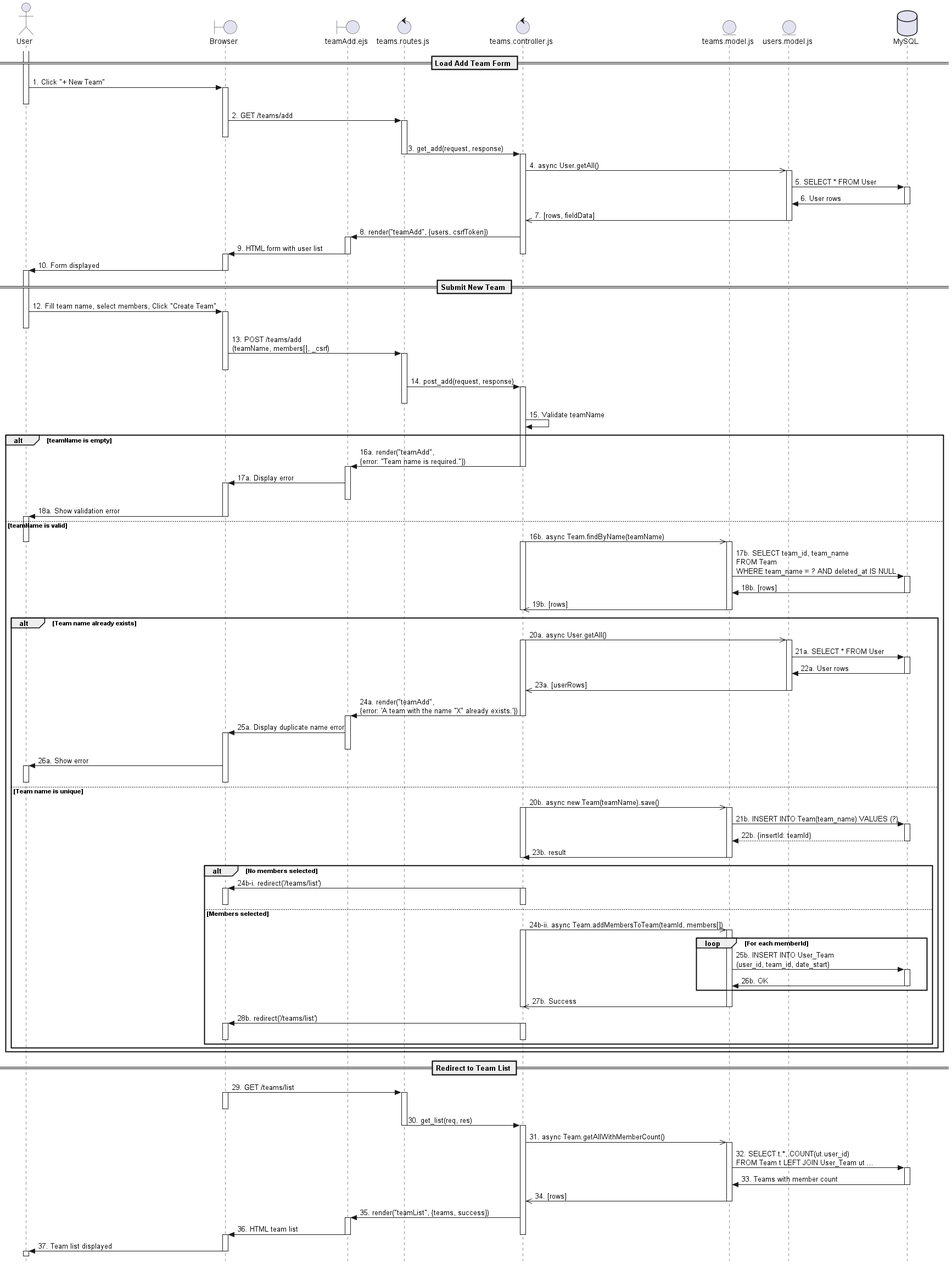
Above: out/sequenceDiagrams/FR09/AddTeamSequence.png in lucca-t/TC2005B_Proyecto (PlantUML), before the change.
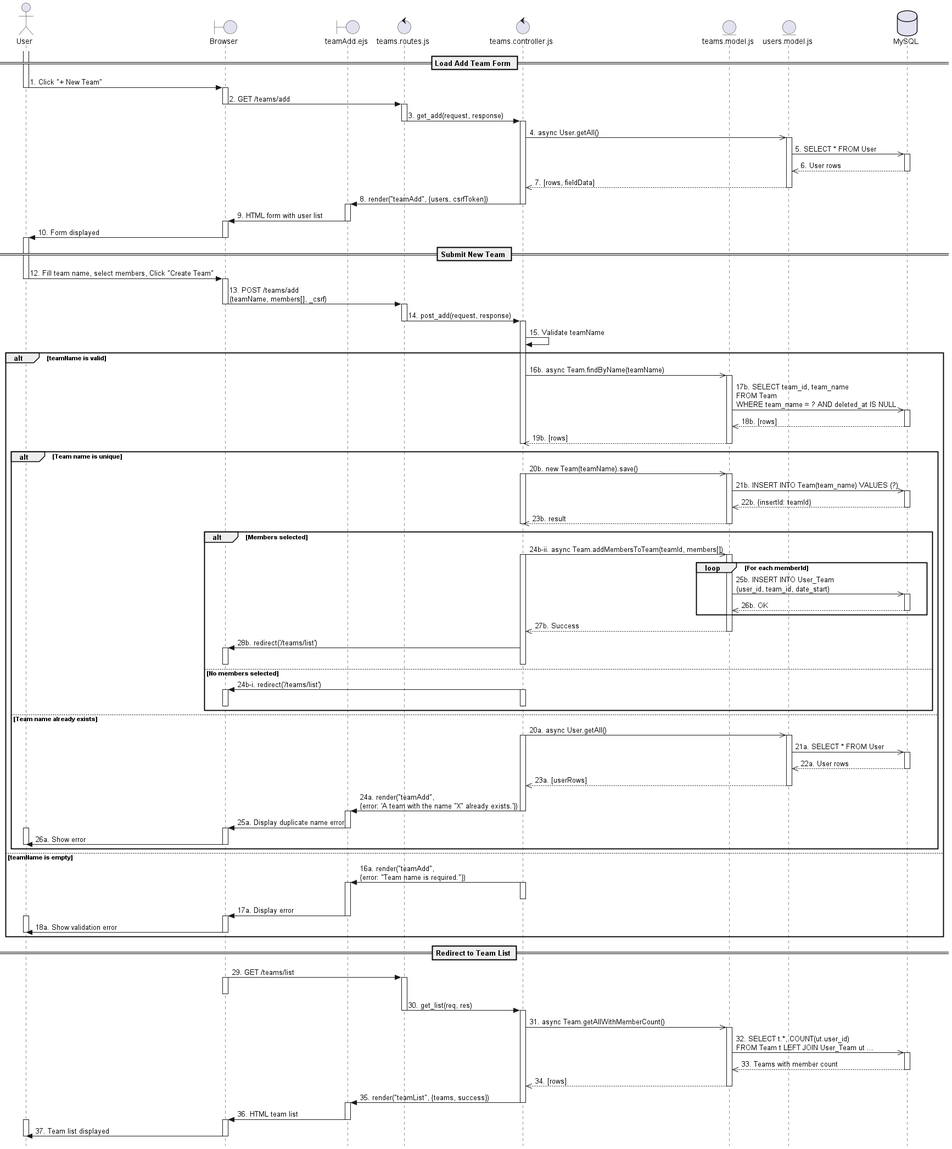
The same diagram one commit later.

Commit message:
Fix: FR09 Sequence Diagram final fix

Change to the diagram source:
```diff
@@ -11,33 +11,36 @@
 database "MySQL" as db
 
 == Load Add Team Form ==
+
 activate user
 user -> browser: 1. Click "+ New Team"
+deactivate user
 activate browser
-deactivate user
+
 browser -> routes: 2. GET /teams/add
+deactivate browser
 activate routes
-deactivate browser
+
 routes -> controller: 3. get_add(request, response)
 deactivate routes
 activate controller
 controller ->> usersModel: 4. async User.getAll()
 activate usersModel
 
-usersModel -> db: 5. SELECT * FROM User
+usersModel ->> db: 5. SELECT * FROM User
 activate db
-db -> usersModel: 6. User rows
+db -->> usersModel: 6. User rows
 deactivate db
 
-usersModel ->> controller: 7. [rows, fieldData]
+usersModel -->> controller: 7. [rows, fieldData]
 deactivate usersModel
 
 controller -> view: 8. render("teamAdd", {users, csrfToken})
+deactivate controller
 activate view
 
 view -> browser: 9. HTML form with user list
 deactivate view
-deactivate controller
 deactivate routes
 activate browser
 
@@ -47,104 +50,108 @@
 
 == Submit New Team ==
 user -> browser: 12. Fill team name, select members, Click "Create Team"
+deactivate user
 activate browser
-deactivate user
 browser -> routes: 13. POST /teams/add\n(teamName, members[], _csrf)
+deactivate browser
 activate routes
-deactivate browser
 routes -> controller: 14. post_add(request, response)
+deactivate routes
 activate controller
-deactivate routes
 controller -> controller: 15. Validate teamName
-alt teamName is empty
-    controller -> view: 16a. render("teamAdd",\n{error: "Team name is required."})
-    deactivate controller
-    activate view
-    view -> browser: 17a. Display error
-    activate browser
-    deactivate view
-    browser -> user: 18a. Show validation error
-    deactivate browser
-    activate user
+alt teamName is valid
 
-else teamName is valid
 
     controller ->> model: 16b. async Team.findByName(teamName)
+
     deactivate user
-    activate controller
     activate model
-    model -> db: 17b. SELECT team_id, team_name\nFROM Team\nWHERE team_name = ? AND deleted_at IS NULL
+    model ->> db: 17b. SELECT team_id, team_name\nFROM Team\nWHERE team_name = ? AND deleted_at IS NULL
     activate db
-    db -> model: 18b. [rows]
+    db -->> model: 18b. [rows]
     deactivate db
-    model ->> controller: 19b. [rows]
+    model -->> controller: 19b. [rows]
     deactivate controller
     deactivate model
 
-    alt Team name already exists
-        controller ->> usersModel: 20a. async User.getAll()
-        activate controller
-        activate usersModel
-        usersModel -> db: 21a. SELECT * FROM User
-        activate db
-        db -> usersModel: 22a. User rows
-        deactivate db
-        usersModel ->> controller: 23a. [userRows]
-        deactivate usersModel
+    alt Team name is unique
 
-        controller -> view: 24a. render("teamAdd",\n{error: 'A team with the name "X" already exists.'})
-        deactivate controller
-        activate view
-        view -> browser: 25a. Display duplicate name error
-        activate browser
-        deactivate view
-        browser -> user: 26a. Show error
-        activate user
-        deactivate browser
-        deactivate user
-    else Team name is unique
-
-    controller ->> model: 20b. async new Team(teamName).save()
+    controller ->> model: 20b. new Team(teamName).save()
     activate controller
     activate model
 
-    model -> db: 21b. INSERT INTO Team(team_name) VALUES (?)
+    model ->> db: 21b. INSERT INTO Team(team_name) VALUES (?)
     activate db
 
-    db --> model: 22b. {insertId: teamId}
+    db -->> model: 22b. {insertId: teamId}
     deactivate db
 
-    model -> controller: 23b. result
+    model -->> controller: 23b. result
     deactivate model
     deactivate controller
 
-        alt No members selected
-            controller -> browser: 24b-i. redirect('/teams/list')
-            activate controller
-            activate browser
-            deactivate browser
-            deactivate controller
-        else Members selected
+        alt Members selected
             controller ->> model: 24b-ii. async Team.addMembersToTeam(teamId, members[])
             activate controller
             activate model
             loop For each memberId
-                model -> db: 25b. INSERT INTO User_Team\n(user_id, team_id, date_start)
+                model ->> db: 25b. INSERT INTO User_Team\n(user_id, team_id, date_start)
                 activate db
-                db -> model: 26b. OK
+                db -->> model: 26b. OK
                 deactivate db
             end
-            model ->> controller: 27b. Success
+            model -->> controller: 27b. Success
             deactivate model
+            controller -> browser: 28b. redirect('/teams/list')
+            activate browser
             deactivate controller
-            controller -> browser: 28b. redirect('/teams/list')
+            deactivate browser
+        else No members selected
+            controller -> browser: 24b-i. redirect('/teams/list')
             activate controller
             activate browser
             deactivate browser
             deactivate controller
         end
 
+    else Team name already exists
+        controller ->> usersModel: 20a. async User.getAll()
+        activate controller
+        activate usersModel
+        usersModel ->> db: 21a. SELECT * FROM User
+        activate db
+        db -->> usersModel: 22a. User rows
+        deactivate db
+        usersModel -->> controller: 23a. [userRows]
+        deactivate usersModel
+
+        controller -> view: 24a. render("teamAdd",\n{error: 'A team with the name "X" already exists.'})
+        deactivate controller
+        activate view
+
+        view -> browser: 25a. Display duplicate name error
+        deactivate view
+        activate browser
+        activate user
+        browser -> user: 26a. Show error
+        deactivate browser
+        deactivate user
     end
+
+else teamName is empty
+    deactivate user
+    controller -> view: 16a. render("teamAdd",\n{error: "Team name is required."})
+    activate controller
+    deactivate controller
+    activate view
+    view -> browser: 17a. Display error
+    deactivate view
+    activate browser
+    activate user
+    browser -> user: 18a. Show validation error
+    deactivate user
+    deactivate browser
+
 end
 deactivate controller
 deactivate routes
@@ -160,21 +167,23 @@
 activate controller
 controller ->> model: 31. async Team.getAllWithMemberCount()
 activate model
-model -> db: 32. SELECT t.*, COUNT(ut.user_id)\nFROM Team t LEFT JOIN User_Team ut ...
+model ->> db: 32. SELECT t.*, COUNT(ut.user_id)\nFROM Team t LEFT JOIN User_Team ut ...
 activate db
-db -> model: 33. Teams with member count
+db -->> model: 33. Teams with member count
 deactivate db
-model ->> controller: 34. [rows]
+model -->> controller: 34. [rows]
 deactivate model
 controller -> view: 35. render("teamList", {teams, success})
+deactivate controller
 activate view
 view -> browser: 36. HTML team list
 deactivate view
 deactivate controller
 deactivate routes
 activate browser
+activate user
 browser -> user: 37. Team list displayed
 deactivate browser
-activate user
+deactivate user
 
 @enduml
```
